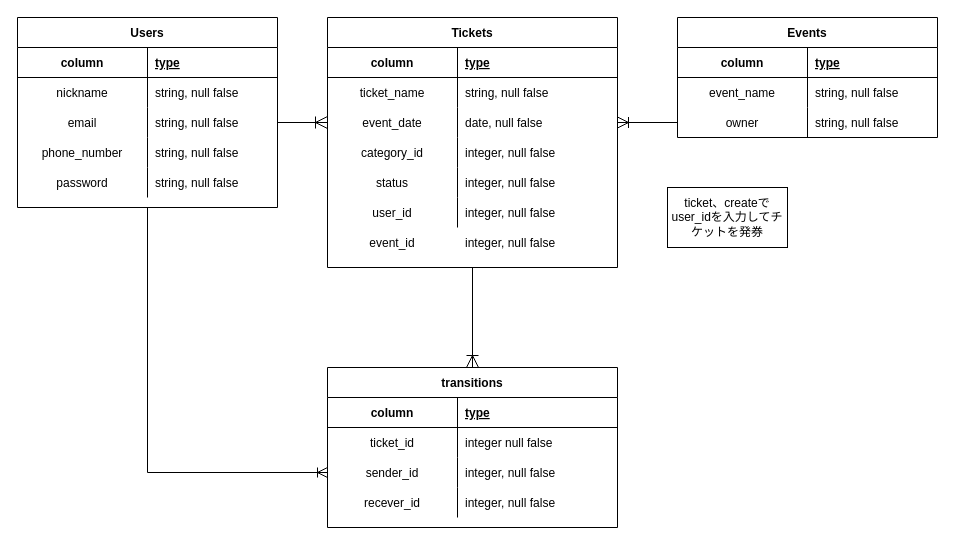
Before: ticket_transfer_app.dio in yuyakawai0411/auth-ticket-transfer, a draw.io diagram. Source tidied: cells renumbered, new cells numbered last; positions are measured from the earlier drawing's top-left corner, leaving out a move shared by most shapes. Both pictures are drawn from the tidied source at 100%, with x=0, y=0 at pixel (17, 17).
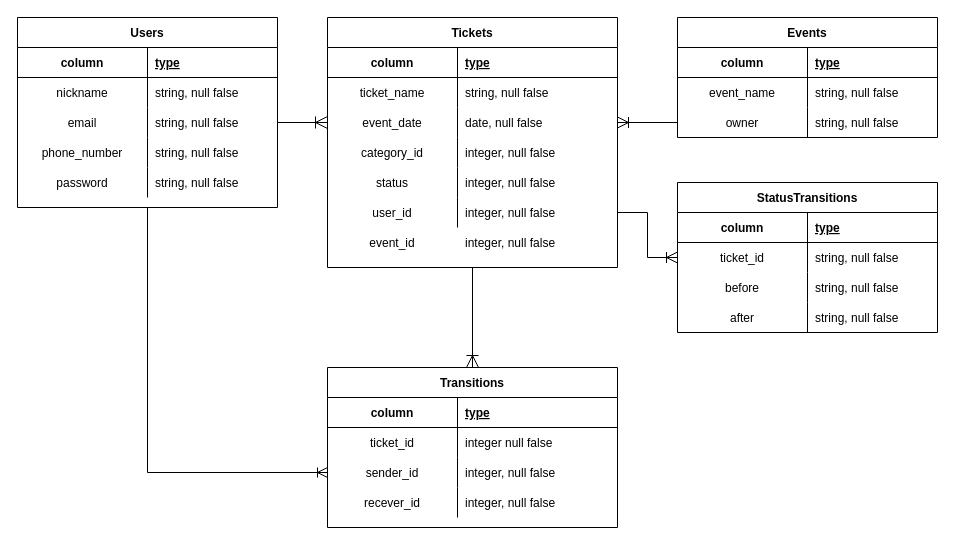
The same diagram, later.

Commit message:
status_transitionテーブルをER図に追加

Unchanged cells that the change refers to:
```xml
<mxCell id="36" style="shape=partialRectangle;fillColor=none;top=0;left=0;bottom=0;right=0;points=[[0,0.5],[1,0.5]];portConstraint=eastwest;" parent="20" vertex="1">
  <mxGeometry y="180" width="290" height="30" as="geometry" />
</mxCell>
```

The edit, as a diff of the source:
```diff
@@
-    <mxCell id="40" value="transitions" style="shape=table;startSize=30;childLayout=tableLayout;rowLines=0;fontStyle=1;align=center;" parent="1" vertex="1">
+    <mxCell id="40" value="Transitions" style="shape=table;startSize=30;childLayout=tableLayout;rowLines=0;fontStyle=1;align=center;" parent="1" vertex="1">
       <mxGeometry x="310" y="350" width="290" height="160" as="geometry" />
     </mxCell>
@@
-    <mxCell id="66" value="ticket、createでuser_idを入力してチケットを発券" style="rounded=0;whiteSpace=wrap;html=1;" parent="1" vertex="1">
-      <mxGeometry x="650" y="170" width="120" height="60" as="geometry" />
-    </mxCell>
+    <mxCell id="67" value="StatusTransitions" style="shape=table;startSize=30;childLayout=tableLayout;rowLines=0;fontStyle=1;align=center;" parent="1" vertex="1">
+      <mxGeometry x="660" y="165" width="260" height="150" as="geometry" />
+    </mxCell>
+    <mxCell id="68" style="shape=partialRectangle;fillColor=none;top=0;left=0;bottom=1;right=0;" parent="67" vertex="1">
+      <mxGeometry y="30" width="260" height="30" as="geometry" />
+    </mxCell>
+    <mxCell id="69" value="column" style="shape=partialRectangle;fillColor=none;top=0;left=0;bottom=0;right=0;fontStyle=1;overflow=hidden;" parent="68" vertex="1">
+      <mxGeometry width="130" height="30" as="geometry" />
+    </mxCell>
+    <mxCell id="70" value="type" style="shape=partialRectangle;fillColor=none;top=0;left=0;bottom=0;right=0;align=left;spacingLeft=6;fontStyle=5;overflow=hidden;" parent="68" vertex="1">
+      <mxGeometry x="130" width="130" height="30" as="geometry" />
+    </mxCell>
+    <mxCell id="71" style="shape=partialRectangle;fillColor=none;top=0;left=0;bottom=0;right=0;points=[[0,0.5],[1,0.5]];portConstraint=eastwest;" parent="67" vertex="1">
+      <mxGeometry y="60" width="260" height="30" as="geometry" />
+    </mxCell>
+    <mxCell id="72" value="ticket_id" style="shape=partialRectangle;fillColor=none;top=0;left=0;bottom=0;right=0;overflow=hidden;" parent="71" vertex="1">
+      <mxGeometry width="130" height="30" as="geometry" />
+    </mxCell>
+    <mxCell id="73" value="string, null false" style="shape=partialRectangle;fillColor=none;top=0;left=0;bottom=0;right=0;align=left;spacingLeft=6;overflow=hidden;" parent="71" vertex="1">
+      <mxGeometry x="130" width="130" height="30" as="geometry" />
+    </mxCell>
+    <mxCell id="74" style="shape=partialRectangle;fillColor=none;top=0;left=0;bottom=0;right=0;" parent="67" vertex="1">
+      <mxGeometry y="90" width="260" height="30" as="geometry" />
+    </mxCell>
+    <mxCell id="75" value="before" style="shape=partialRectangle;fillColor=none;top=0;left=0;bottom=0;right=0;overflow=hidden;" parent="74" vertex="1">
+      <mxGeometry width="130" height="30" as="geometry" />
+    </mxCell>
+    <mxCell id="76" value="string, null false" style="shape=partialRectangle;fillColor=none;top=0;left=0;bottom=0;right=0;align=left;spacingLeft=6;overflow=hidden;" parent="74" vertex="1">
+      <mxGeometry x="130" width="130" height="30" as="geometry" />
+    </mxCell>
+    <mxCell id="77" style="shape=partialRectangle;fillColor=none;top=0;left=0;bottom=0;right=0;" parent="67" vertex="1">
+      <mxGeometry y="120" width="260" height="30" as="geometry" />
+    </mxCell>
+    <mxCell id="78" value="after" style="shape=partialRectangle;fillColor=none;top=0;left=0;bottom=0;right=0;overflow=hidden;" parent="77" vertex="1">
+      <mxGeometry width="130" height="30" as="geometry" />
+    </mxCell>
+    <mxCell id="79" value="string, null false" style="shape=partialRectangle;fillColor=none;top=0;left=0;bottom=0;right=0;align=left;spacingLeft=6;overflow=hidden;" parent="77" vertex="1">
+      <mxGeometry x="130" width="130" height="30" as="geometry" />
+    </mxCell>
+    <mxCell id="80" style="edgeStyle=orthogonalEdgeStyle;rounded=0;jettySize=auto;html=1;entryX=0;entryY=0.5;entryDx=0;entryDy=0;endArrow=ERoneToMany;endFill=0;startSize=6;endSize=9;" parent="1" edge="1" source="36" target="71">
+      <mxGeometry relative="1" as="geometry" />
+    </mxCell>
```
